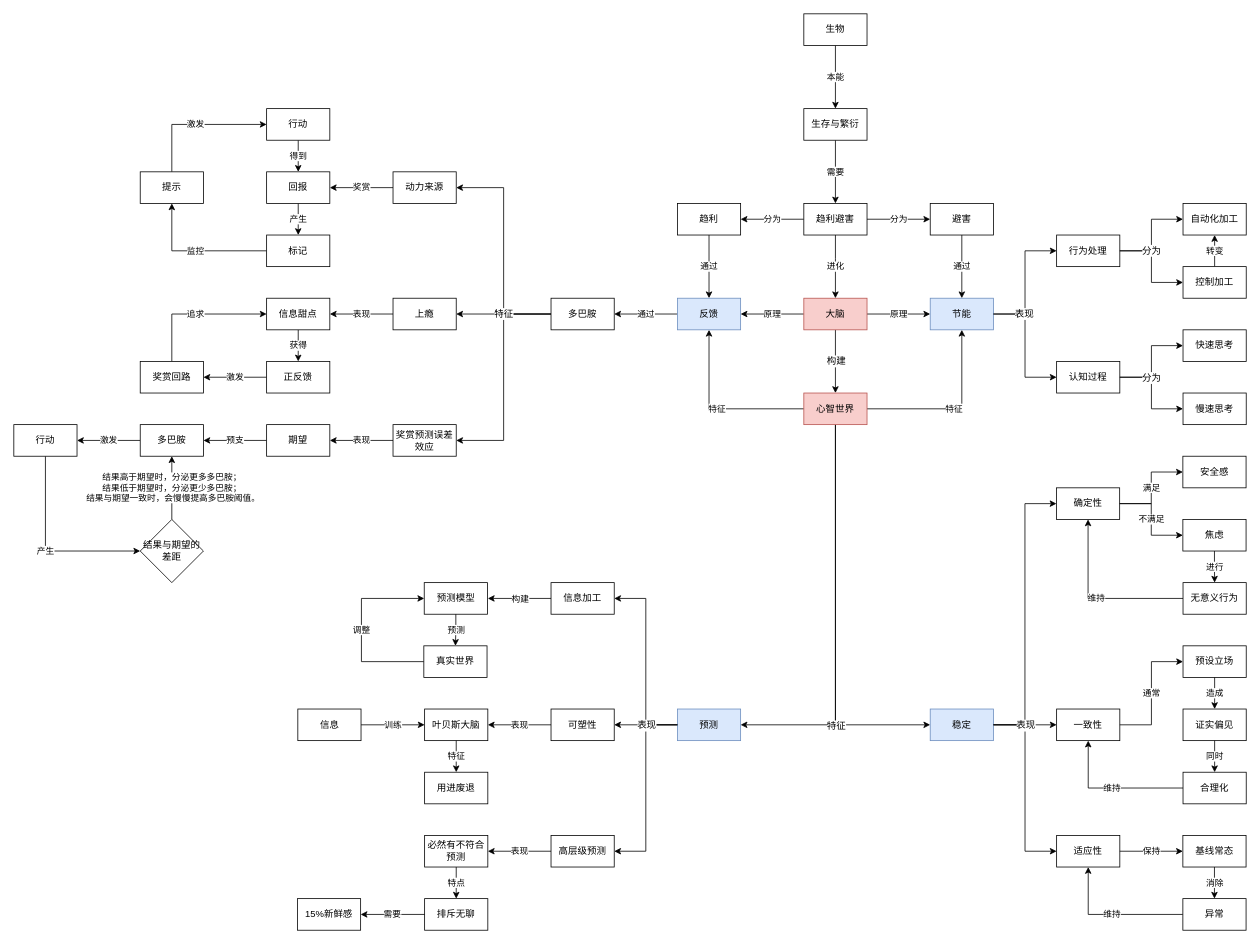
This is 大脑底层原理.drawio from youyusan/open_mind, a draw.io file, before an edit. Source tidied: cells renumbered, new cells numbered last; positions are measured from the earlier drawing's top-left corner, leaving out a move shared by most shapes. Both pictures are drawn from the tidied source at 79%, with x=0, y=0 at pixel (13, 13).
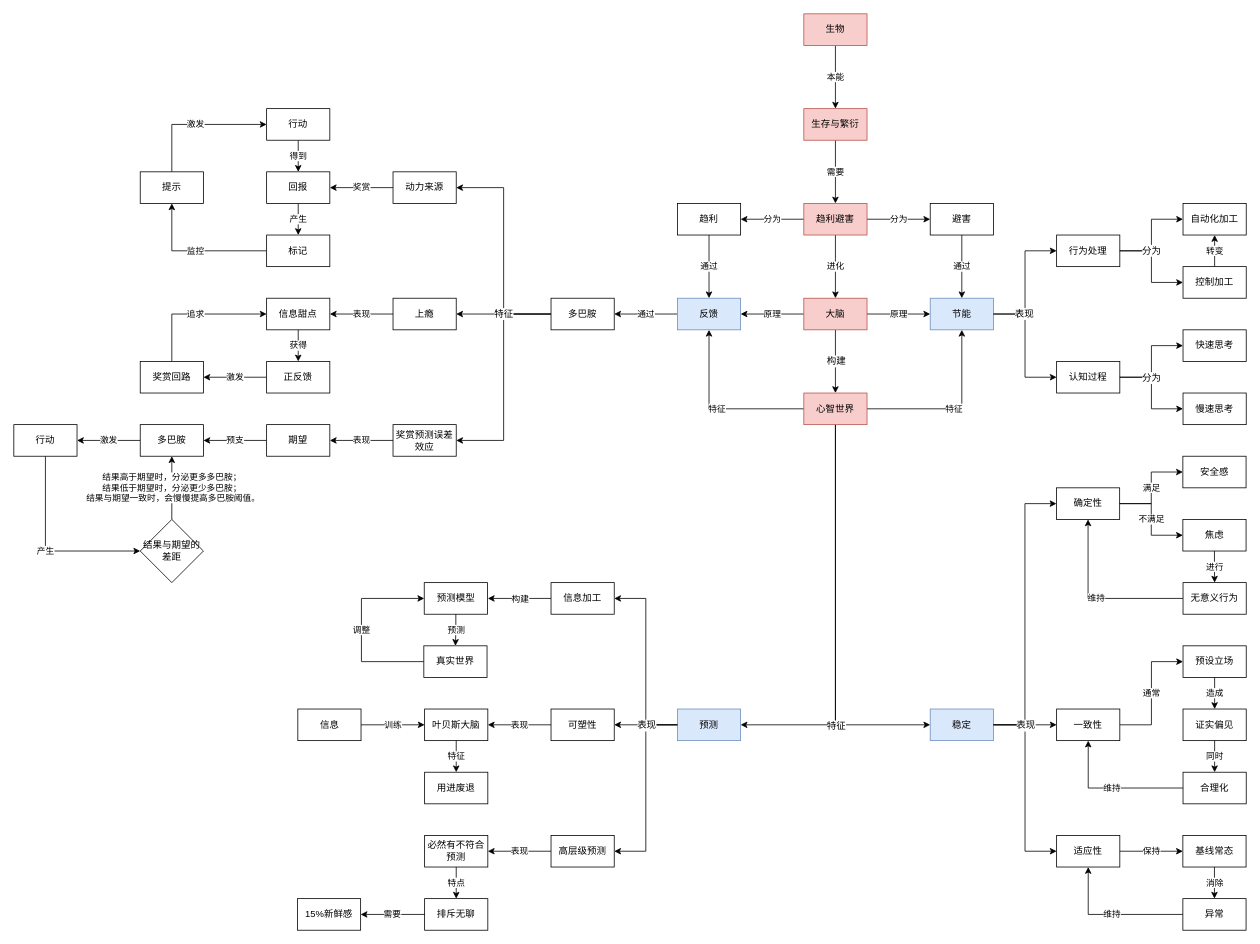
The same diagram, later.

Commit message:
更新大脑底层原理.drawio

Change to the diagram source:
```diff
@@
-    <mxCell id="8" value="生物" style="rounded=0;whiteSpace=wrap;html=1;" parent="1" vertex="1">
+    <mxCell id="8" value="生物" style="rounded=0;whiteSpace=wrap;html=1;fillColor=#f8cecc;strokeColor=#b85450;" parent="1" vertex="1">
       <mxGeometry x="1000" width="80" height="40" as="geometry" />
     </mxCell>
@@
-    <mxCell id="10" value="生存与繁衍" style="rounded=0;whiteSpace=wrap;html=1;" parent="1" vertex="1">
+    <mxCell id="10" value="生存与繁衍" style="rounded=0;whiteSpace=wrap;html=1;fillColor=#f8cecc;strokeColor=#b85450;" parent="1" vertex="1">
       <mxGeometry x="1000" y="120" width="80" height="40" as="geometry" />
     </mxCell>
@@
-    <mxCell id="14" value="趋利避害" style="rounded=0;whiteSpace=wrap;html=1;" parent="1" vertex="1">
+    <mxCell id="14" value="趋利避害" style="rounded=0;whiteSpace=wrap;html=1;fillColor=#f8cecc;strokeColor=#b85450;" parent="1" vertex="1">
       <mxGeometry x="1000" y="240" width="80" height="40" as="geometry" />
     </mxCell>
```
